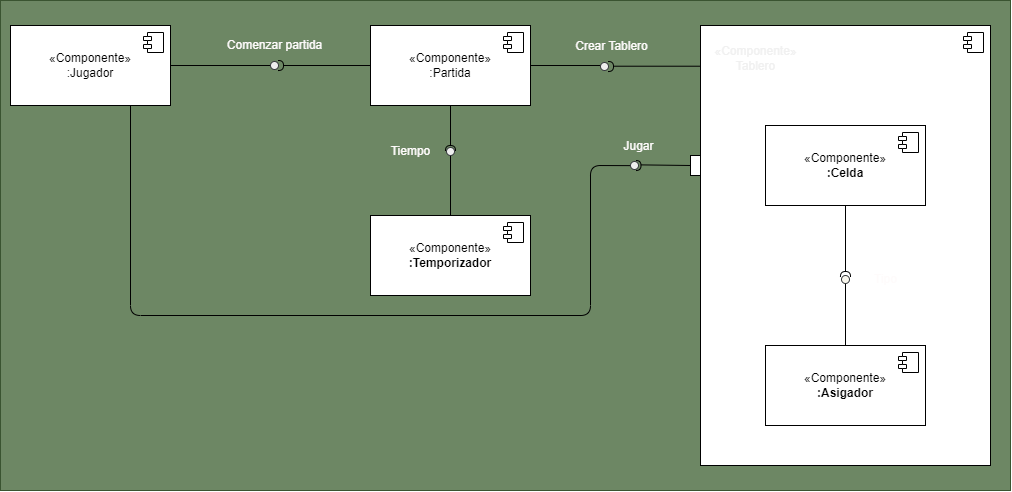
The draw.io diagram DiagramaScreenShots/DiagramaDeComponentes.png in RenatoAtencio/ProyectoArquitecturaDeSoftware, before a commit. Source tidied: cells renumbered, new cells last; positions are measured from the earlier drawing's top-left corner, leaving out a move shared by most shapes. Source of this version:
```xml
<mxGraphModel>
  <root>
    <mxCell id="0" />
    <mxCell id="1" parent="0" />
    <mxCell id="2" style="rounded=0;whiteSpace=wrap;html=1;fillStyle=auto;strokeColor=#3A5431;fillColor=#6d8764;fontColor=#ffffff;" parent="1" vertex="1">
      <mxGeometry width="1010" height="490" as="geometry" />
    </mxCell>
    <mxCell id="3" style="edgeStyle=none;html=1;exitX=0.75;exitY=1;exitDx=0;exitDy=0;fontColor=#fefbfb;startArrow=none;startFill=1;endArrow=none;endFill=0;" parent="1" edge="1" source="28">
      <mxGeometry relative="1" as="geometry">
        <mxPoint x="630" y="165" as="targetPoint" />
      </mxGeometry>
    </mxCell>
    <mxCell id="4" value="«Componente»&lt;br&gt;:Jugador" style="html=1;whiteSpace=wrap;" parent="1" vertex="1">
      <mxGeometry x="10" y="25" width="160" height="80" as="geometry" />
    </mxCell>
    <mxCell id="5" style="shape=module;jettyWidth=8;jettyHeight=4;" parent="4" vertex="1">
      <mxGeometry x="1" width="20" height="20" relative="1" as="geometry">
        <mxPoint x="-27" y="7" as="offset" />
      </mxGeometry>
    </mxCell>
    <mxCell id="6" value="«Componente»&lt;br&gt;:Partida" style="html=1;whiteSpace=wrap;" parent="1" vertex="1">
      <mxGeometry x="370" y="25" width="160" height="80" as="geometry" />
    </mxCell>
    <mxCell id="7" style="shape=module;jettyWidth=8;jettyHeight=4;" parent="6" vertex="1">
      <mxGeometry x="1" width="20" height="20" relative="1" as="geometry">
        <mxPoint x="-27" y="7" as="offset" />
      </mxGeometry>
    </mxCell>
    <mxCell id="8" style="edgeStyle=none;html=1;fontColor=#fefbfb;endArrow=none;endFill=0;entryX=1;entryY=0.5;entryDx=0;entryDy=0;" parent="1" edge="1" target="4">
      <mxGeometry relative="1" as="geometry">
        <mxPoint x="270" y="65" as="sourcePoint" />
      </mxGeometry>
    </mxCell>
    <mxCell id="9" style="ellipse;html=1;fontSize=11;align=center;fillColor=#eeeeee;verticalAlign=bottom;labelPosition=center;verticalLabelPosition=top;flipH=1;strokeColor=#36393d;" parent="1" vertex="1">
      <mxGeometry x="270" y="61" width="8" height="8" as="geometry" />
    </mxCell>
    <mxCell id="10" style="shape=requiredInterface;html=1;fontSize=11;align=center;fillColor=none;points=[];verticalAlign=bottom;labelPosition=center;verticalLabelPosition=top;flipH=1;fontColor=none;direction=west;" parent="1" vertex="1">
      <mxGeometry x="278" y="60" width="5" height="10" as="geometry" />
    </mxCell>
    <mxCell id="11" style="endArrow=none;html=1;rounded=0;align=center;verticalAlign=top;endFill=0;labelBackgroundColor=none;endSize=2;fontColor=none;exitX=0;exitY=0.5;exitDx=0;exitDy=0;" parent="1" edge="1" source="6" target="10">
      <mxGeometry relative="1" as="geometry" />
    </mxCell>
    <mxCell id="12" value="Comenzar partida" style="text;html=1;align=center;verticalAlign=middle;strokeColor=none;fillColor=none;fontColor=#fefbfb;" parent="1" vertex="1">
      <mxGeometry x="214" y="30" width="120" height="30" as="geometry" />
    </mxCell>
    <mxCell id="13" style="edgeStyle=none;html=1;fontColor=#fefbfb;endArrow=none;endFill=0;entryX=1;entryY=0.5;entryDx=0;entryDy=0;" parent="1" edge="1" target="6">
      <mxGeometry relative="1" as="geometry">
        <mxPoint x="600" y="65" as="sourcePoint" />
      </mxGeometry>
    </mxCell>
    <mxCell id="14" style="ellipse;html=1;fontSize=11;align=center;fillColor=#eeeeee;verticalAlign=bottom;labelPosition=center;verticalLabelPosition=top;flipH=1;strokeColor=#36393d;" parent="1" vertex="1">
      <mxGeometry x="600" y="62" width="8" height="8" as="geometry" />
    </mxCell>
    <mxCell id="15" style="shape=requiredInterface;html=1;fontSize=11;align=center;fillColor=none;verticalAlign=bottom;labelPosition=center;verticalLabelPosition=top;flipH=1;fontColor=none;direction=west;" parent="1" vertex="1">
      <mxGeometry x="608" y="61" width="5" height="10" as="geometry" />
    </mxCell>
    <mxCell id="16" style="endArrow=none;html=1;rounded=0;align=center;verticalAlign=top;endFill=0;labelBackgroundColor=none;endSize=2;fontColor=none;exitX=0;exitY=0.5;exitDx=0;exitDy=0;" parent="1" edge="1">
      <mxGeometry relative="1" as="geometry">
        <mxPoint x="700" y="65.7" as="sourcePoint" />
        <mxPoint x="613" y="65.7" as="targetPoint" />
      </mxGeometry>
    </mxCell>
    <mxCell id="17" value="Crear Tablero" style="text;html=1;align=center;verticalAlign=middle;strokeColor=none;fillColor=none;fontColor=#fefbfb;" parent="1" vertex="1">
      <mxGeometry x="560.5" y="31" width="100" height="30" as="geometry" />
    </mxCell>
    <mxCell id="18" value="«Componente»&lt;br&gt;&lt;b&gt;:Temporizador&lt;/b&gt;" style="html=1;whiteSpace=wrap;" parent="1" vertex="1">
      <mxGeometry x="370" y="215" width="160" height="80" as="geometry" />
    </mxCell>
    <mxCell id="19" style="shape=module;jettyWidth=8;jettyHeight=4;" parent="18" vertex="1">
      <mxGeometry x="1" width="20" height="20" relative="1" as="geometry">
        <mxPoint x="-27" y="7" as="offset" />
      </mxGeometry>
    </mxCell>
    <mxCell id="20" style="edgeStyle=none;html=1;fontColor=#fefbfb;endArrow=none;endFill=0;entryX=0.5;entryY=0;entryDx=0;entryDy=0;" parent="1" edge="1" target="18">
      <mxGeometry relative="1" as="geometry">
        <mxPoint x="450" y="147" as="sourcePoint" />
      </mxGeometry>
    </mxCell>
    <mxCell id="21" style="ellipse;html=1;fontSize=11;align=center;fillColor=#eeeeee;verticalAlign=bottom;labelPosition=center;verticalLabelPosition=top;flipH=1;strokeColor=#36393d;" parent="1" vertex="1">
      <mxGeometry x="446" y="147" width="8" height="8" as="geometry" />
    </mxCell>
    <mxCell id="22" style="endArrow=none;html=1;rounded=0;align=center;verticalAlign=top;endFill=0;labelBackgroundColor=none;endSize=2;fontColor=none;entryX=0.5;entryY=1;entryDx=0;entryDy=0;" parent="1" edge="1" target="6">
      <mxGeometry relative="1" as="geometry">
        <mxPoint x="450" y="145" as="sourcePoint" />
      </mxGeometry>
    </mxCell>
    <mxCell id="23" style="shape=requiredInterface;html=1;fontSize=11;align=center;fillColor=none;verticalAlign=bottom;labelPosition=center;verticalLabelPosition=top;flipH=1;fontColor=none;direction=north;" parent="1" vertex="1">
      <mxGeometry x="445" y="145" width="10" height="5" as="geometry" />
    </mxCell>
    <mxCell id="24" value="Tiempo" style="text;html=1;align=center;verticalAlign=middle;strokeColor=none;fillColor=none;fontColor=#fefbfb;" parent="1" vertex="1">
      <mxGeometry x="380" y="136" width="60" height="30" as="geometry" />
    </mxCell>
    <mxCell id="25" style="edgeStyle=none;html=1;exitX=0;exitY=0.5;exitDx=0;exitDy=0;entryX=0.978;entryY=0.561;entryDx=0;entryDy=0;entryPerimeter=0;fontColor=#fefbfb;startArrow=none;startFill=0;endArrow=none;endFill=0;" parent="1" edge="1" source="26" target="29">
      <mxGeometry relative="1" as="geometry" />
    </mxCell>
    <mxCell id="26" style="rounded=0;whiteSpace=wrap;html=1;fontColor=#fefbfb;" parent="1" vertex="1">
      <mxGeometry x="690" y="155" width="20" height="20" as="geometry" />
    </mxCell>
    <mxCell id="27" style="edgeStyle=none;html=1;exitX=0.75;exitY=1;exitDx=0;exitDy=0;fontColor=#fefbfb;startArrow=none;startFill=0;endArrow=none;endFill=0;" parent="1" edge="1" source="4" target="28">
      <mxGeometry relative="1" as="geometry">
        <Array as="points">
          <mxPoint x="130" y="315" />
          <mxPoint x="590" y="315" />
          <mxPoint x="590" y="165" />
        </Array>
      </mxGeometry>
    </mxCell>
    <mxCell id="28" style="ellipse;html=1;fontSize=11;align=center;fillColor=#eeeeee;points=[];verticalAlign=bottom;labelPosition=center;verticalLabelPosition=top;flipH=1;strokeColor=#36393d;" parent="1" vertex="1">
      <mxGeometry x="630" y="161" width="8" height="8" as="geometry" />
    </mxCell>
    <mxCell id="29" style="shape=requiredInterface;html=1;fontSize=11;align=center;fillColor=none;points=[];verticalAlign=bottom;labelPosition=center;verticalLabelPosition=top;flipH=1;fontColor=none;direction=south;rotation=-90;" parent="1" vertex="1">
      <mxGeometry x="633" y="162.5" width="10" height="5" as="geometry" />
    </mxCell>
    <mxCell id="30" value="Jugar" style="text;html=1;align=center;verticalAlign=middle;strokeColor=none;fillColor=none;fontColor=#fefbfb;" parent="1" vertex="1">
      <mxGeometry x="613" y="131" width="50" height="30" as="geometry" />
    </mxCell>
    <mxCell id="31" style="group;" parent="1" vertex="1">
      <mxGeometry x="700" y="25" width="290" height="440" as="geometry" />
    </mxCell>
    <mxCell id="32" style="html=1;whiteSpace=wrap;labelPosition=left;verticalLabelPosition=top;align=right;verticalAlign=bottom;horizontal=1;" parent="31" vertex="1">
      <mxGeometry width="290" height="440" as="geometry" />
    </mxCell>
    <mxCell id="33" value="&lt;span style=&quot;color: rgb(240, 240, 240); text-align: right;&quot;&gt;«Componente»&lt;/span&gt;&lt;br style=&quot;color: rgb(240, 240, 240); text-align: right;&quot;&gt;&lt;span style=&quot;color: rgb(240, 240, 240); text-align: right;&quot;&gt;Tablero&lt;/span&gt;" style="text;html=1;align=center;verticalAlign=middle;strokeColor=none;fillColor=none;fontColor=none;" parent="31" vertex="1">
      <mxGeometry y="13.3" width="110" height="40" as="geometry" />
    </mxCell>
    <mxCell id="34" value="«Componente»&lt;br&gt;&lt;b&gt;:Celda&lt;/b&gt;" style="html=1;whiteSpace=wrap;" parent="31" vertex="1">
      <mxGeometry x="65" y="100" width="160" height="80" as="geometry" />
    </mxCell>
    <mxCell id="35" style="shape=module;jettyWidth=8;jettyHeight=4;" parent="34" vertex="1">
      <mxGeometry x="1" width="20" height="20" relative="1" as="geometry">
        <mxPoint x="-27" y="7" as="offset" />
      </mxGeometry>
    </mxCell>
    <mxCell id="36" value="«Componente»&lt;br&gt;&lt;b&gt;:Asigador&lt;/b&gt;" style="html=1;whiteSpace=wrap;" parent="31" vertex="1">
      <mxGeometry x="65" y="320" width="160" height="80" as="geometry" />
    </mxCell>
    <mxCell id="37" style="shape=module;jettyWidth=8;jettyHeight=4;" parent="36" vertex="1">
      <mxGeometry x="1" width="20" height="20" relative="1" as="geometry">
        <mxPoint x="-27" y="7" as="offset" />
      </mxGeometry>
    </mxCell>
    <mxCell id="38" style="endArrow=none;html=1;rounded=0;align=center;verticalAlign=top;endFill=0;labelBackgroundColor=none;endSize=2;fontColor=none;exitX=0.5;exitY=0;exitDx=0;exitDy=0;" parent="31" edge="1" source="36" target="40">
      <mxGeometry relative="1" as="geometry" />
    </mxCell>
    <mxCell id="39" style="edgeStyle=none;html=1;fontColor=#fefbfb;endArrow=none;endFill=0;" parent="31" edge="1" source="40" target="36">
      <mxGeometry relative="1" as="geometry" />
    </mxCell>
    <mxCell id="40" style="ellipse;html=1;fontSize=11;align=center;fillColor=#f9f7ed;points=[];verticalAlign=bottom;labelPosition=center;verticalLabelPosition=top;flipH=1;strokeColor=#36393d;" parent="31" vertex="1">
      <mxGeometry x="141" y="250" width="8" height="8" as="geometry" />
    </mxCell>
    <mxCell id="41" style="shape=requiredInterface;html=1;fontSize=11;align=center;fillColor=none;points=[];verticalAlign=bottom;labelPosition=center;verticalLabelPosition=top;flipH=1;fontColor=none;direction=north;" parent="31" vertex="1">
      <mxGeometry x="140" y="246" width="10" height="5" as="geometry" />
    </mxCell>
    <mxCell id="42" style="endArrow=none;html=1;rounded=0;align=center;verticalAlign=top;endFill=0;labelBackgroundColor=none;endSize=2;fontColor=none;exitX=0.5;exitY=1;exitDx=0;exitDy=0;" parent="31" edge="1" source="34" target="41">
      <mxGeometry relative="1" as="geometry" />
    </mxCell>
    <mxCell id="43" value="&lt;font color=&quot;#fefbfb&quot;&gt;Tipo&lt;/font&gt;" style="text;html=1;align=center;verticalAlign=middle;strokeColor=none;fillColor=none;fontColor=none;" parent="31" vertex="1">
      <mxGeometry x="160" y="239" width="50" height="30" as="geometry" />
    </mxCell>
    <mxCell id="44" style="shape=module;jettyWidth=8;jettyHeight=4;" parent="31" vertex="1">
      <mxGeometry x="263" y="7" width="20" height="20" as="geometry">
        <mxPoint x="-27" y="7" as="offset" />
      </mxGeometry>
    </mxCell>
  </root>
</mxGraphModel>
```
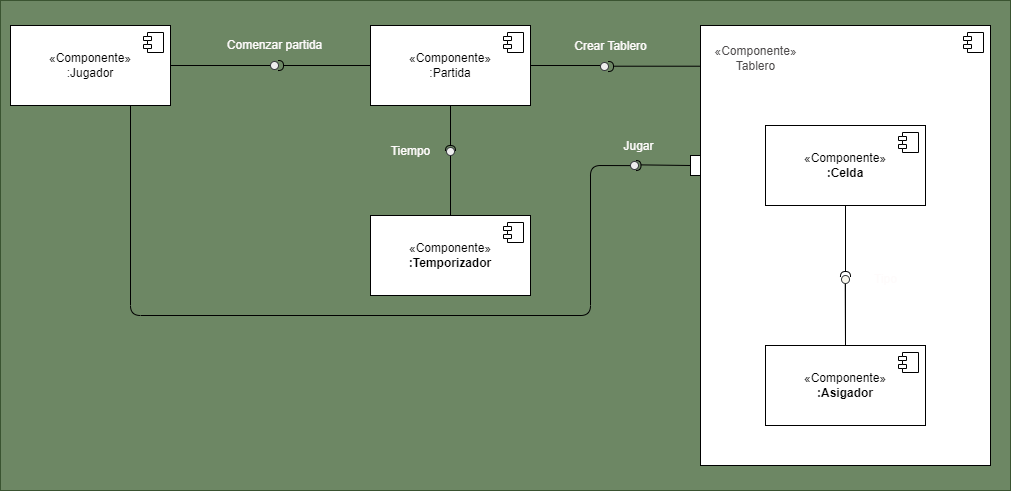
Later version of the same file.

What changed in the source:
```diff
@@ -120,7 +120,7 @@
     <mxCell id="32" style="html=1;whiteSpace=wrap;labelPosition=left;verticalLabelPosition=top;align=right;verticalAlign=bottom;horizontal=1;" parent="31" vertex="1">
       <mxGeometry width="290" height="440" as="geometry" />
     </mxCell>
-    <mxCell id="33" value="&lt;span style=&quot;color: rgb(240, 240, 240); text-align: right;&quot;&gt;«Componente»&lt;/span&gt;&lt;br style=&quot;color: rgb(240, 240, 240); text-align: right;&quot;&gt;&lt;span style=&quot;color: rgb(240, 240, 240); text-align: right;&quot;&gt;Tablero&lt;/span&gt;" style="text;html=1;align=center;verticalAlign=middle;strokeColor=none;fillColor=none;fontColor=none;" parent="31" vertex="1">
+    <mxCell id="33" value="&lt;font color=&quot;#4d4a4b&quot;&gt;&lt;span style=&quot;text-align: right;&quot;&gt;«Componente»&lt;/span&gt;&lt;br style=&quot;text-align: right;&quot;&gt;&lt;span style=&quot;text-align: right;&quot;&gt;Tablero&lt;/span&gt;&lt;/font&gt;" style="text;html=1;align=center;verticalAlign=middle;strokeColor=none;fillColor=none;fontColor=none;" parent="31" vertex="1">
       <mxGeometry y="13.3" width="110" height="40" as="geometry" />
     </mxCell>
     <mxCell id="34" value="«Componente»&lt;br&gt;&lt;b&gt;:Celda&lt;/b&gt;" style="html=1;whiteSpace=wrap;" parent="31" vertex="1">
```
